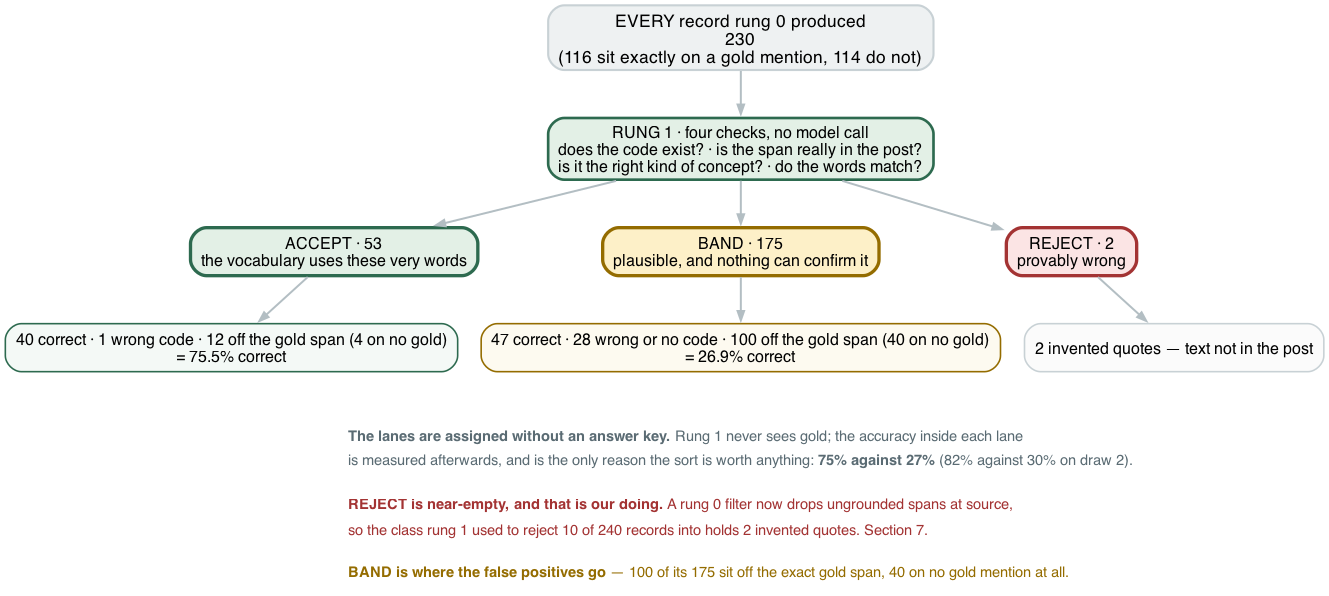
wbagais/reliability-ladder keeps this Graphviz diagram as docs/figures/fig10-rung1.png. Above is the earlier version. Its source is kept beside it as docs/figures/fig10-rung1.dot.
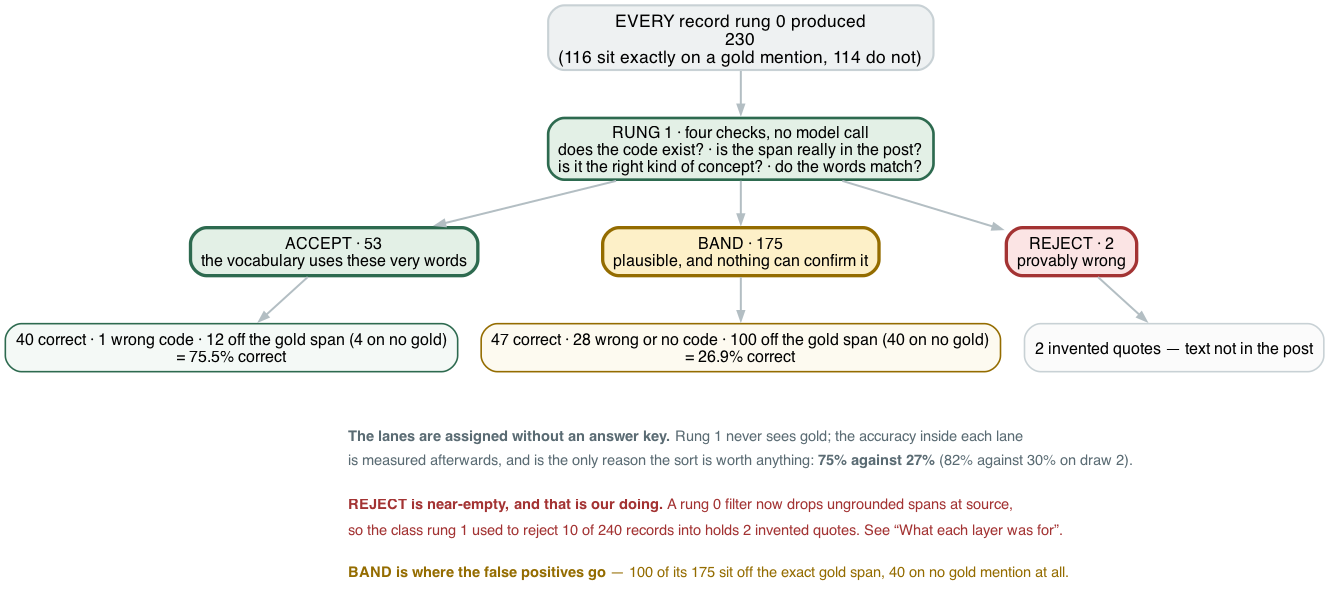
After the commit.

Change to the diagram source:
```diff
@@ -37,7 +37,7 @@
         <TR><TD ALIGN="LEFT"><FONT POINT-SIZE="11" COLOR="#5a6b73">is measured afterwards, and is the only reason the sort is worth anything: <B>75% against 27%</B> (82% against 30% on draw 2).</FONT></TD></TR>
         <TR><TD ALIGN="LEFT"><FONT POINT-SIZE="8"> </FONT></TD></TR>
         <TR><TD ALIGN="LEFT"><FONT POINT-SIZE="11" COLOR="#a33333"><B>REJECT is near-empty, and that is our doing.</B> A rung 0 filter now drops ungrounded spans at source,</FONT></TD></TR>
-        <TR><TD ALIGN="LEFT"><FONT POINT-SIZE="11" COLOR="#a33333">so the class rung 1 used to reject 10 of 240 records into holds 2 invented quotes. Section 7.</FONT></TD></TR>
+        <TR><TD ALIGN="LEFT"><FONT POINT-SIZE="11" COLOR="#a33333">so the class rung 1 used to reject 10 of 240 records into holds 2 invented quotes. See “What each layer was for”.</FONT></TD></TR>
         <TR><TD ALIGN="LEFT"><FONT POINT-SIZE="8"> </FONT></TD></TR>
         <TR><TD ALIGN="LEFT"><FONT POINT-SIZE="11" COLOR="#946c00"><B>BAND is where the false positives go</B> — 100 of its 175 sit off the exact gold span, 40 on no gold mention at all.</FONT></TD></TR>
         </TABLE>>];
```
